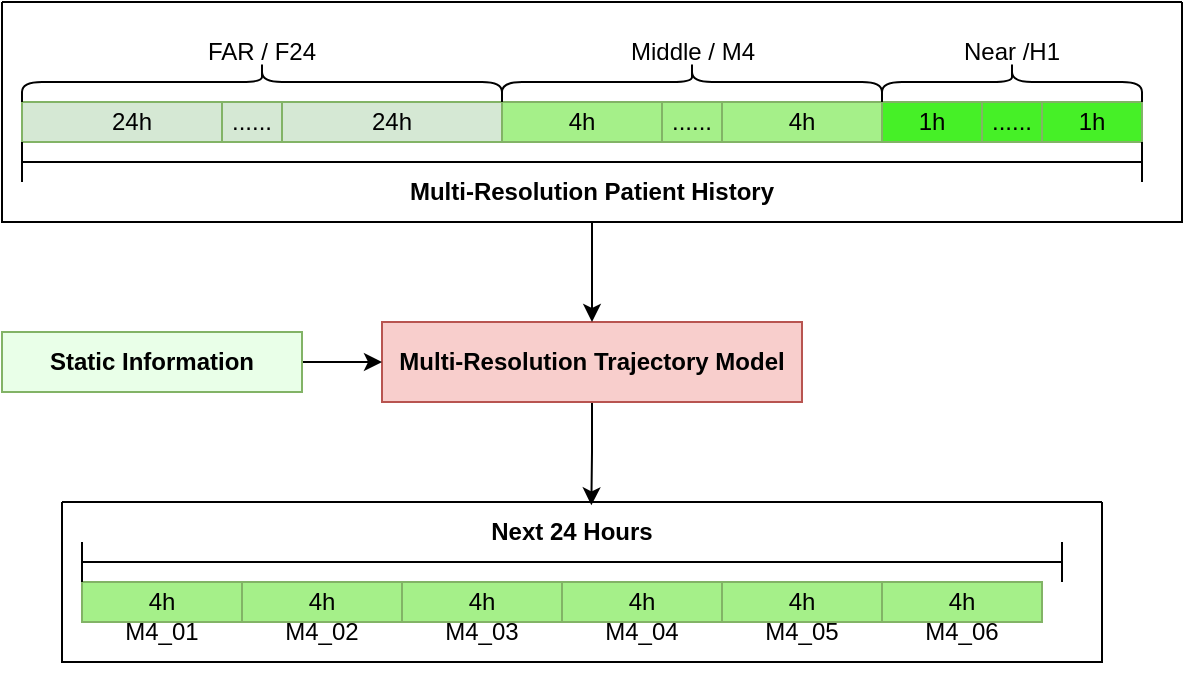
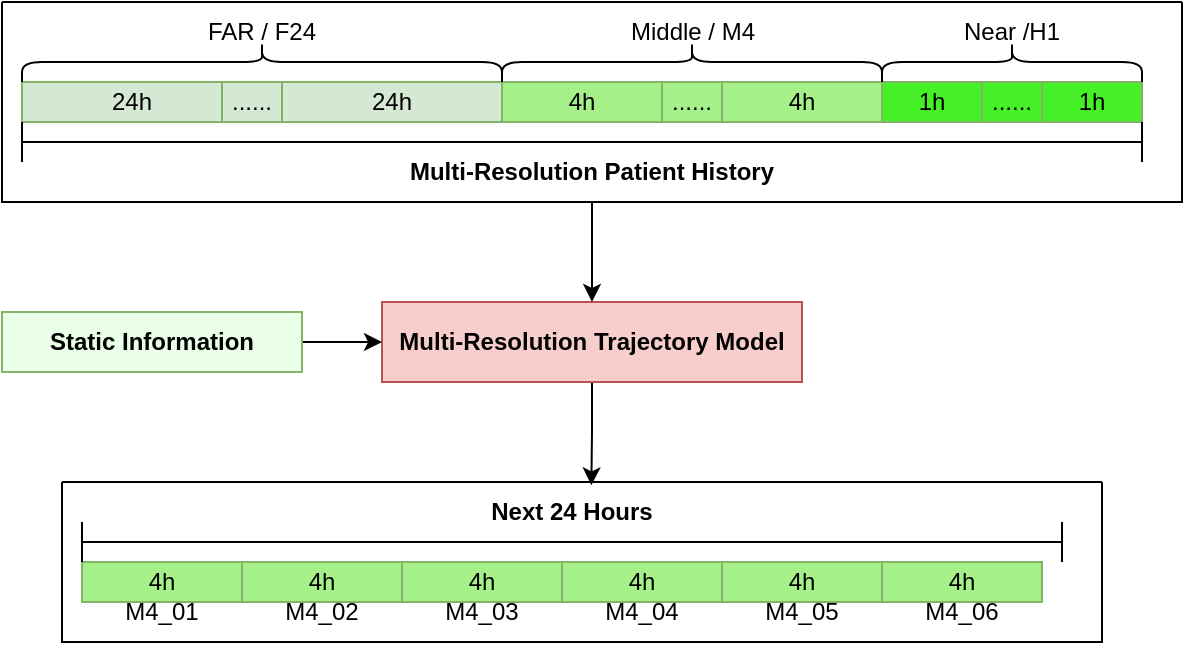
<mxfile host="app.diagrams.net">
  <diagram name="第 1 页" id="3EZWXdWs5LoXoSu94if4">
-     <mxGraphModel dx="1053" dy="718" grid="1" gridSize="10" guides="1" tooltips="1" connect="1" arrows="1" fold="1" page="1" pageScale="1" pageWidth="827" pageHeight="1169" math="0" shadow="0">
+     <mxGraphModel dx="632" dy="431" grid="1" gridSize="10" guides="1" tooltips="1" connect="1" arrows="1" fold="1" page="1" pageScale="1" pageWidth="827" pageHeight="1169" math="0" shadow="0">
      <root>
        <mxCell id="0" />
        <mxCell id="1" parent="0" />
        <mxCell id="xGCr_gD7uzWL95jFXDYc-1" parent="1" style="rounded=0;whiteSpace=wrap;html=1;fillColor=#d5e8d4;strokeColor=#82b366;" value="24h" vertex="1">
          <mxGeometry height="20" width="110" x="160" y="200" as="geometry" />
        </mxCell>
        <mxCell id="xGCr_gD7uzWL95jFXDYc-2" parent="1" style="rounded=0;whiteSpace=wrap;html=1;fillColor=#d5e8d4;strokeColor=#82b366;" value="24h" vertex="1">
          <mxGeometry height="20" width="110" x="290" y="200" as="geometry" />
        </mxCell>
        <mxCell id="xGCr_gD7uzWL95jFXDYc-3" parent="1" style="rounded=0;whiteSpace=wrap;html=1;fillColor=light-dark(#A5F089,#1F2F1E);strokeColor=#82b366;" value="4h" vertex="1">
          <mxGeometry height="20" width="80" x="400" y="200" as="geometry" />
        </mxCell>
        <mxCell id="xGCr_gD7uzWL95jFXDYc-5" parent="1" style="rounded=0;whiteSpace=wrap;html=1;fillColor=#d5e8d4;strokeColor=#82b366;" value="......" vertex="1">
          <mxGeometry height="20" width="30" x="260" y="200" as="geometry" />
        </mxCell>
        <mxCell id="xGCr_gD7uzWL95jFXDYc-6" parent="1" style="rounded=0;whiteSpace=wrap;html=1;fillColor=light-dark(#A5F089,#1F2F1E);strokeColor=#82b366;" value="......" vertex="1">
          <mxGeometry height="20" width="30" x="480" y="200" as="geometry" />
        </mxCell>
        <mxCell id="xGCr_gD7uzWL95jFXDYc-8" parent="1" style="rounded=0;whiteSpace=wrap;html=1;fillColor=light-dark(#A5F089,#1F2F1E);strokeColor=#82b366;" value="4h" vertex="1">
          <mxGeometry height="20" width="80" x="510" y="200" as="geometry" />
        </mxCell>
        <mxCell id="xGCr_gD7uzWL95jFXDYc-9" parent="1" style="rounded=0;whiteSpace=wrap;html=1;fillColor=light-dark(#46F027,#1F2F1E);strokeColor=#82b366;" value="1h" vertex="1">
          <mxGeometry height="20" width="50" x="590" y="200" as="geometry" />
        </mxCell>
        <mxCell id="xGCr_gD7uzWL95jFXDYc-10" parent="1" style="rounded=0;whiteSpace=wrap;html=1;fillColor=light-dark(#46F027,#1F2F1E);strokeColor=#82b366;" value="1h" vertex="1">
          <mxGeometry height="20" width="50" x="670" y="200" as="geometry" />
        </mxCell>
        <mxCell id="xGCr_gD7uzWL95jFXDYc-11" parent="1" style="rounded=0;whiteSpace=wrap;html=1;fillColor=light-dark(#46F027,#1F2F1E);strokeColor=#82b366;" value="......" vertex="1">
          <mxGeometry height="20" width="30" x="640" y="200" as="geometry" />
        </mxCell>
        <mxCell id="xGCr_gD7uzWL95jFXDYc-12" parent="1" style="shape=curlyBracket;whiteSpace=wrap;html=1;rounded=1;labelPosition=left;verticalLabelPosition=middle;align=right;verticalAlign=middle;rotation=90;" value="" vertex="1">
          <mxGeometry height="240" width="20" x="270" y="70" as="geometry" />
        </mxCell>
        <mxCell id="xGCr_gD7uzWL95jFXDYc-14" parent="1" style="shape=curlyBracket;whiteSpace=wrap;html=1;rounded=1;labelPosition=left;verticalLabelPosition=middle;align=right;verticalAlign=middle;rotation=90;" value="" vertex="1">
          <mxGeometry height="190" width="20" x="485" y="95" as="geometry" />
        </mxCell>
        <mxCell id="xGCr_gD7uzWL95jFXDYc-16" parent="1" style="shape=curlyBracket;whiteSpace=wrap;html=1;rounded=1;labelPosition=left;verticalLabelPosition=middle;align=right;verticalAlign=middle;rotation=90;" value="" vertex="1">
          <mxGeometry height="130" width="20" x="645" y="125" as="geometry" />
        </mxCell>
        <mxCell id="xGCr_gD7uzWL95jFXDYc-18" parent="1" style="shape=crossbar;whiteSpace=wrap;html=1;rounded=1;" value="" vertex="1">
          <mxGeometry height="20" width="560" x="160" y="220" as="geometry" />
        </mxCell>
        <mxCell id="3SwoLBKGE5TvQkrzPOWH-33" edge="1" parent="1" source="3SwoLBKGE5TvQkrzPOWH-2" style="edgeStyle=orthogonalEdgeStyle;rounded=0;orthogonalLoop=1;jettySize=auto;html=1;entryX=0.509;entryY=0.021;entryDx=0;entryDy=0;entryPerimeter=0;" target="3SwoLBKGE5TvQkrzPOWH-28" value="">
          <mxGeometry relative="1" as="geometry" />
        </mxCell>
        <mxCell id="3SwoLBKGE5TvQkrzPOWH-2" parent="1" style="rounded=0;whiteSpace=wrap;html=1;fillColor=#f8cecc;strokeColor=#b85450;" value="&lt;b&gt;Multi-Resolution Trajectory Model&lt;/b&gt;" vertex="1">
          <mxGeometry height="40" width="210" x="340" y="310" as="geometry" />
        </mxCell>
        <mxCell id="3SwoLBKGE5TvQkrzPOWH-29" connectable="0" parent="1" style="group" value="" vertex="1">
          <mxGeometry height="90" width="520" x="180" y="400" as="geometry" />
        </mxCell>
        <mxCell id="3SwoLBKGE5TvQkrzPOWH-8" connectable="0" parent="3SwoLBKGE5TvQkrzPOWH-29" style="group" value="" vertex="1">
          <mxGeometry height="50" width="80" x="10" y="40" as="geometry" />
        </mxCell>
        <mxCell id="3SwoLBKGE5TvQkrzPOWH-4" parent="3SwoLBKGE5TvQkrzPOWH-8" style="rounded=0;whiteSpace=wrap;html=1;fillColor=light-dark(#A5F089,#1F2F1E);strokeColor=#82b366;" value="4h" vertex="1">
          <mxGeometry height="20" width="80" as="geometry" />
        </mxCell>
        <mxCell id="3SwoLBKGE5TvQkrzPOWH-9" connectable="0" parent="3SwoLBKGE5TvQkrzPOWH-29" style="group" value="" vertex="1">
          <mxGeometry height="50" width="80" x="90" y="40" as="geometry" />
        </mxCell>
        <mxCell id="3SwoLBKGE5TvQkrzPOWH-5" parent="3SwoLBKGE5TvQkrzPOWH-9" style="rounded=0;whiteSpace=wrap;html=1;fillColor=light-dark(#A5F089,#1F2F1E);strokeColor=#82b366;" value="4h" vertex="1">
          <mxGeometry height="20" width="80" as="geometry" />
        </mxCell>
        <mxCell id="3SwoLBKGE5TvQkrzPOWH-10" connectable="0" parent="3SwoLBKGE5TvQkrzPOWH-29" style="group" value="" vertex="1">
          <mxGeometry height="50" width="80" x="170" y="40" as="geometry" />
        </mxCell>
        <mxCell id="3SwoLBKGE5TvQkrzPOWH-11" parent="3SwoLBKGE5TvQkrzPOWH-10" style="rounded=0;whiteSpace=wrap;html=1;fillColor=light-dark(#A5F089,#1F2F1E);strokeColor=#82b366;" value="4h" vertex="1">
          <mxGeometry height="20" width="80" as="geometry" />
        </mxCell>
        <mxCell id="3SwoLBKGE5TvQkrzPOWH-13" connectable="0" parent="3SwoLBKGE5TvQkrzPOWH-29" style="group" value="" vertex="1">
          <mxGeometry height="50" width="80" x="250" y="40" as="geometry" />
        </mxCell>
        <mxCell id="3SwoLBKGE5TvQkrzPOWH-14" parent="3SwoLBKGE5TvQkrzPOWH-13" style="rounded=0;whiteSpace=wrap;html=1;fillColor=light-dark(#A5F089,#1F2F1E);strokeColor=#82b366;" value="4h" vertex="1">
          <mxGeometry height="20" width="80" as="geometry" />
        </mxCell>
        <mxCell id="3SwoLBKGE5TvQkrzPOWH-16" connectable="0" parent="3SwoLBKGE5TvQkrzPOWH-29" style="group" value="" vertex="1">
          <mxGeometry height="50" width="80" x="330" y="40" as="geometry" />
        </mxCell>
        <mxCell id="3SwoLBKGE5TvQkrzPOWH-17" parent="3SwoLBKGE5TvQkrzPOWH-16" style="rounded=0;whiteSpace=wrap;html=1;fillColor=light-dark(#A5F089,#1F2F1E);strokeColor=#82b366;" value="4h" vertex="1">
          <mxGeometry height="20" width="80" as="geometry" />
        </mxCell>
        <mxCell id="3SwoLBKGE5TvQkrzPOWH-19" connectable="0" parent="3SwoLBKGE5TvQkrzPOWH-29" style="group" value="" vertex="1">
          <mxGeometry height="50" width="80" x="410" y="40" as="geometry" />
        </mxCell>
        <mxCell id="3SwoLBKGE5TvQkrzPOWH-20" parent="3SwoLBKGE5TvQkrzPOWH-19" style="rounded=0;whiteSpace=wrap;html=1;fillColor=light-dark(#A5F089,#1F2F1E);strokeColor=#82b366;" value="4h" vertex="1">
          <mxGeometry height="20" width="80" as="geometry" />
        </mxCell>
        <mxCell id="3SwoLBKGE5TvQkrzPOWH-6" parent="3SwoLBKGE5TvQkrzPOWH-19" style="text;html=1;whiteSpace=wrap;strokeColor=none;fillColor=none;align=center;verticalAlign=middle;rounded=0;" value="M4_01" vertex="1">
          <mxGeometry height="30" width="60" x="-390" y="10" as="geometry" />
        </mxCell>
        <mxCell id="3SwoLBKGE5TvQkrzPOWH-7" parent="3SwoLBKGE5TvQkrzPOWH-19" style="text;html=1;whiteSpace=wrap;strokeColor=none;fillColor=none;align=center;verticalAlign=middle;rounded=0;" value="M4_02" vertex="1">
          <mxGeometry height="30" width="60" x="-310" y="10" as="geometry" />
        </mxCell>
        <mxCell id="3SwoLBKGE5TvQkrzPOWH-12" parent="3SwoLBKGE5TvQkrzPOWH-19" style="text;html=1;whiteSpace=wrap;strokeColor=none;fillColor=none;align=center;verticalAlign=middle;rounded=0;" value="M4_03" vertex="1">
          <mxGeometry height="30" width="60" x="-230" y="10" as="geometry" />
        </mxCell>
        <mxCell id="3SwoLBKGE5TvQkrzPOWH-15" parent="3SwoLBKGE5TvQkrzPOWH-19" style="text;html=1;whiteSpace=wrap;strokeColor=none;fillColor=none;align=center;verticalAlign=middle;rounded=0;" value="M4_04" vertex="1">
          <mxGeometry height="30" width="60" x="-150" y="10" as="geometry" />
        </mxCell>
        <mxCell id="3SwoLBKGE5TvQkrzPOWH-18" parent="3SwoLBKGE5TvQkrzPOWH-19" style="text;html=1;whiteSpace=wrap;strokeColor=none;fillColor=none;align=center;verticalAlign=middle;rounded=0;" value="M4_05" vertex="1">
          <mxGeometry height="30" width="60" x="-70" y="10" as="geometry" />
        </mxCell>
        <mxCell id="3SwoLBKGE5TvQkrzPOWH-21" parent="3SwoLBKGE5TvQkrzPOWH-19" style="text;html=1;whiteSpace=wrap;strokeColor=none;fillColor=none;align=center;verticalAlign=middle;rounded=0;" value="M4_06" vertex="1">
          <mxGeometry height="30" width="60" x="10" y="10" as="geometry" />
        </mxCell>
        <mxCell id="3SwoLBKGE5TvQkrzPOWH-26" parent="3SwoLBKGE5TvQkrzPOWH-29" style="shape=crossbar;whiteSpace=wrap;html=1;rounded=1;" value="" vertex="1">
          <mxGeometry height="20" width="490" x="10" y="20" as="geometry" />
        </mxCell>
        <mxCell id="3SwoLBKGE5TvQkrzPOWH-27" parent="3SwoLBKGE5TvQkrzPOWH-29" style="text;html=1;whiteSpace=wrap;strokeColor=none;fillColor=none;align=center;verticalAlign=middle;rounded=0;" value="&lt;b&gt;Next 24 Hours&lt;/b&gt;" vertex="1">
          <mxGeometry height="30" width="110" x="200" as="geometry" />
        </mxCell>
        <mxCell id="3SwoLBKGE5TvQkrzPOWH-28" parent="3SwoLBKGE5TvQkrzPOWH-29" style="swimlane;startSize=0;" value="" vertex="1">
          <mxGeometry height="80" width="520" as="geometry" />
        </mxCell>
        <mxCell id="xGCr_gD7uzWL95jFXDYc-15" parent="1" style="text;html=1;whiteSpace=wrap;strokeColor=none;fillColor=none;align=center;verticalAlign=middle;rounded=0;" value="Middle / M4" vertex="1">
          <mxGeometry height="30" width="75" x="457.5" y="160" as="geometry" />
        </mxCell>
        <mxCell id="xGCr_gD7uzWL95jFXDYc-17" parent="1" style="text;html=1;whiteSpace=wrap;strokeColor=none;fillColor=none;align=center;verticalAlign=middle;rounded=0;" value="Near /H1" vertex="1">
          <mxGeometry height="30" width="60" x="625" y="160" as="geometry" />
        </mxCell>
        <mxCell id="xGCr_gD7uzWL95jFXDYc-13" parent="1" style="text;html=1;whiteSpace=wrap;strokeColor=none;fillColor=none;align=center;verticalAlign=middle;rounded=0;" value="&lt;code&gt;&lt;font face=&quot;Helvetica&quot;&gt;FAR / F24&lt;/font&gt;&lt;/code&gt;" vertex="1">
          <mxGeometry height="30" width="80" x="240" y="160" as="geometry" />
        </mxCell>
        <mxCell id="xGCr_gD7uzWL95jFXDYc-19" parent="1" style="text;html=1;whiteSpace=wrap;strokeColor=none;fillColor=none;align=center;verticalAlign=middle;rounded=0;" value="&lt;b&gt;Multi-Resolution Patient History&lt;/b&gt;" vertex="1">
          <mxGeometry height="30" width="220" x="335" y="230" as="geometry" />
        </mxCell>
        <mxCell id="3SwoLBKGE5TvQkrzPOWH-38" edge="1" parent="1" source="3SwoLBKGE5TvQkrzPOWH-35" style="edgeStyle=orthogonalEdgeStyle;rounded=0;orthogonalLoop=1;jettySize=auto;html=1;" target="3SwoLBKGE5TvQkrzPOWH-2" value="">
          <mxGeometry relative="1" as="geometry" />
        </mxCell>
        <mxCell id="3SwoLBKGE5TvQkrzPOWH-35" parent="1" style="rounded=0;whiteSpace=wrap;html=1;fillColor=#E9FFE8;strokeColor=#82b366;" value="&lt;b&gt;Static Information&lt;/b&gt;" vertex="1">
          <mxGeometry height="30" width="150" x="150" y="315" as="geometry" />
        </mxCell>
        <mxCell id="3SwoLBKGE5TvQkrzPOWH-37" edge="1" parent="1" source="3SwoLBKGE5TvQkrzPOWH-36" style="edgeStyle=orthogonalEdgeStyle;rounded=0;orthogonalLoop=1;jettySize=auto;html=1;" target="3SwoLBKGE5TvQkrzPOWH-2" value="">
          <mxGeometry relative="1" as="geometry" />
        </mxCell>
        <mxCell id="3SwoLBKGE5TvQkrzPOWH-36" parent="1" style="swimlane;startSize=0;" value="" vertex="1">
-           <mxGeometry height="110" width="590" x="150" y="150" as="geometry" />
+           <mxGeometry height="100" width="590" x="150" y="160" as="geometry" />
        </mxCell>
      </root>
    </mxGraphModel>
  </diagram>
</mxfile>
